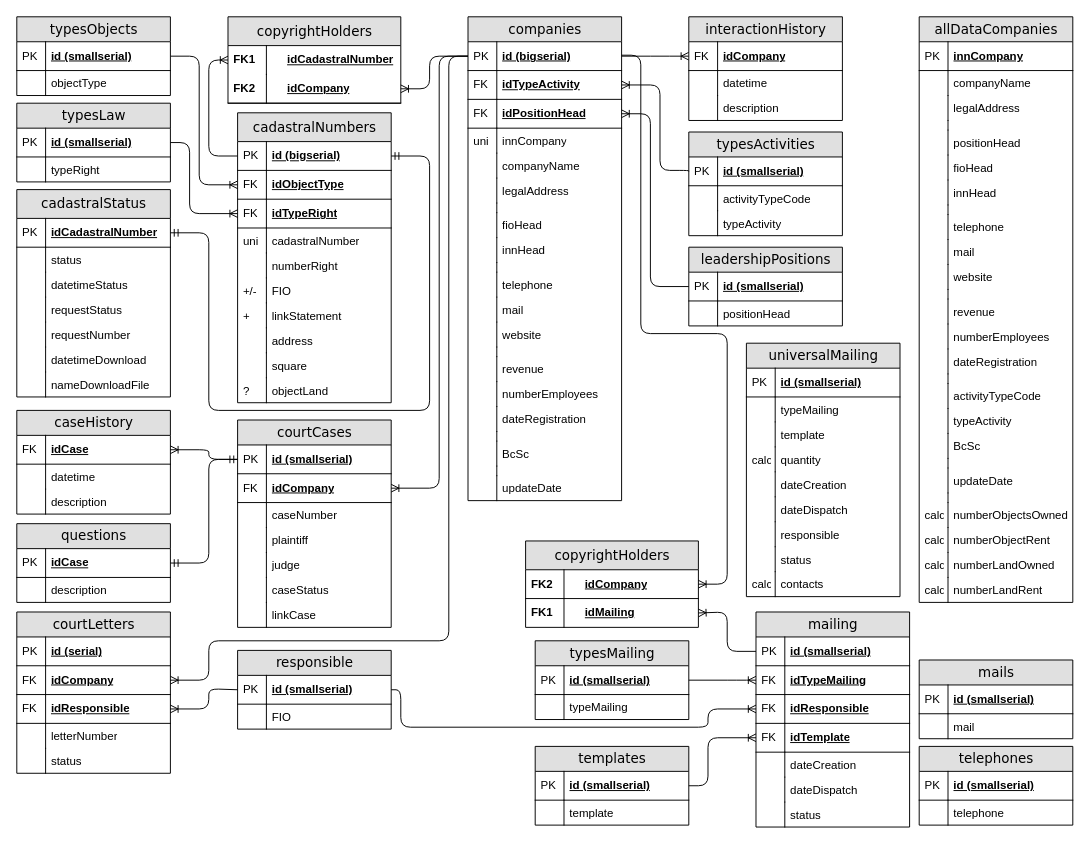
Above: Диаграмма без названия.drawio in meadowse/factorial (draw.io), before the change. Source tidied: cells renumbered, new cells numbered last; positions are measured from the earlier drawing's top-left corner, leaving out a move shared by most shapes. Both pictures are drawn from the tidied source at 96%, with x=0, y=0 at pixel (16, 16).
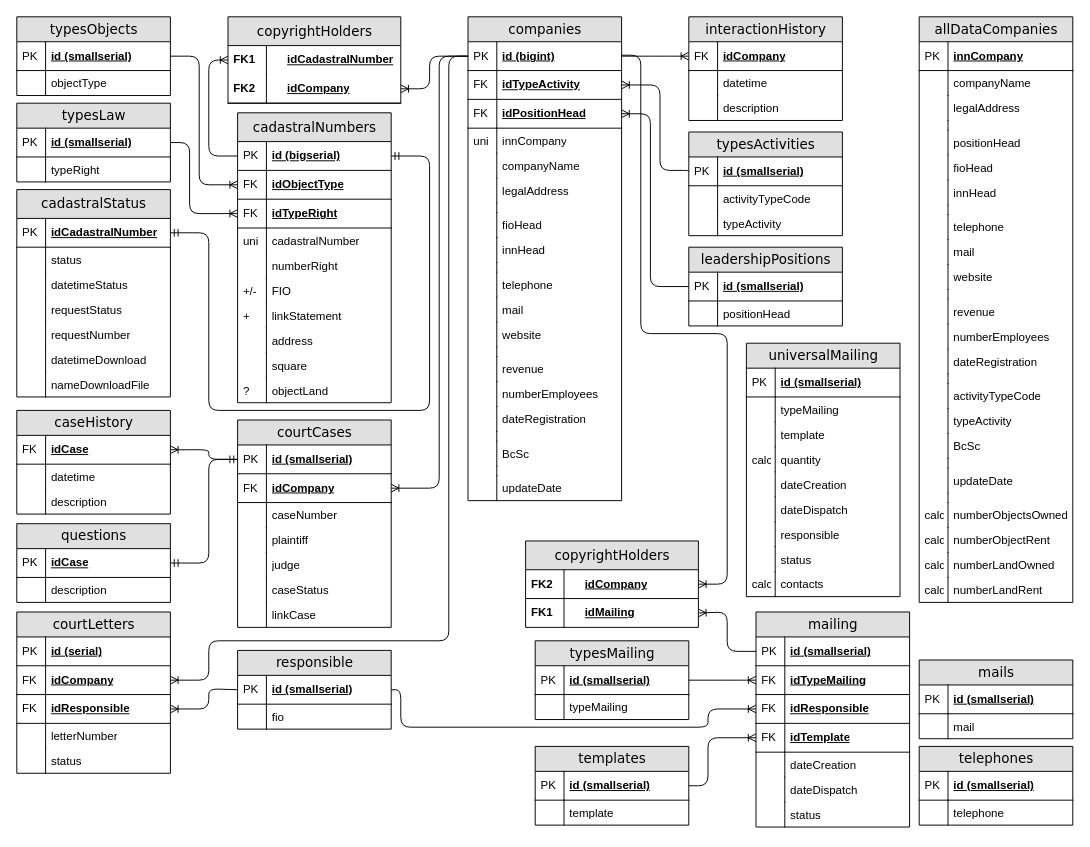
The same diagram, later.

The change refers to these unchanged cells:
```xml
<mxCell id="7" value="сompanies" style="swimlane;html=1;fontStyle=0;horizontal=1;startSize=26;fillColor=#e0e0e0;swimlaneFillColor=#ffffff;align=center;rounded=0;shadow=0;comic=0;labelBackgroundColor=none;strokeWidth=1;fontFamily=Verdana;fontSize=14;swimlaneLine=1;" parent="1" vertex="1">
  <mxGeometry x="470" width="160" height="504" as="geometry" />
</mxCell>
<mxCell id="204" value="responsible" style="swimlane;html=1;fontStyle=0;horizontal=1;startSize=26;fillColor=#e0e0e0;swimlaneFillColor=#ffffff;align=center;rounded=0;shadow=0;comic=0;labelBackgroundColor=none;strokeWidth=1;fontFamily=Verdana;fontSize=14;" parent="1" vertex="1">
  <mxGeometry x="230" y="660" width="160" height="82" as="geometry" />
</mxCell>
```

Change to the diagram source:
```diff
@@
-    <mxCell id="8" value="id (bigserial)" style="shape=partialRectangle;top=0;left=0;right=0;bottom=1;html=1;align=left;verticalAlign=middle;fillColor=none;spacingLeft=34;spacingRight=4;whiteSpace=wrap;overflow=hidden;points=[[0,0.5],[1,0.5]];portConstraint=eastwest;fontStyle=5;" parent="7" vertex="1">
+    <mxCell id="8" value="id (bigint)" style="shape=partialRectangle;top=0;left=0;right=0;bottom=1;html=1;align=left;verticalAlign=middle;fillColor=none;spacingLeft=34;spacingRight=4;whiteSpace=wrap;overflow=hidden;points=[[0,0.5],[1,0.5]];portConstraint=eastwest;fontStyle=5;" parent="7" vertex="1">
       <mxGeometry y="26" width="160" height="30" as="geometry" />
     </mxCell>
@@
-    <mxCell id="207" value="FIO" style="shape=partialRectangle;top=0;left=0;right=0;bottom=0;html=1;align=left;verticalAlign=top;fillColor=none;spacingLeft=34;spacingRight=4;whiteSpace=wrap;overflow=hidden;" parent="204" vertex="1">
+    <mxCell id="207" value="fio" style="shape=partialRectangle;top=0;left=0;right=0;bottom=0;html=1;align=left;verticalAlign=top;fillColor=none;spacingLeft=34;spacingRight=4;whiteSpace=wrap;overflow=hidden;" parent="204" vertex="1">
       <mxGeometry y="56" width="160" height="26" as="geometry" />
     </mxCell>
```
